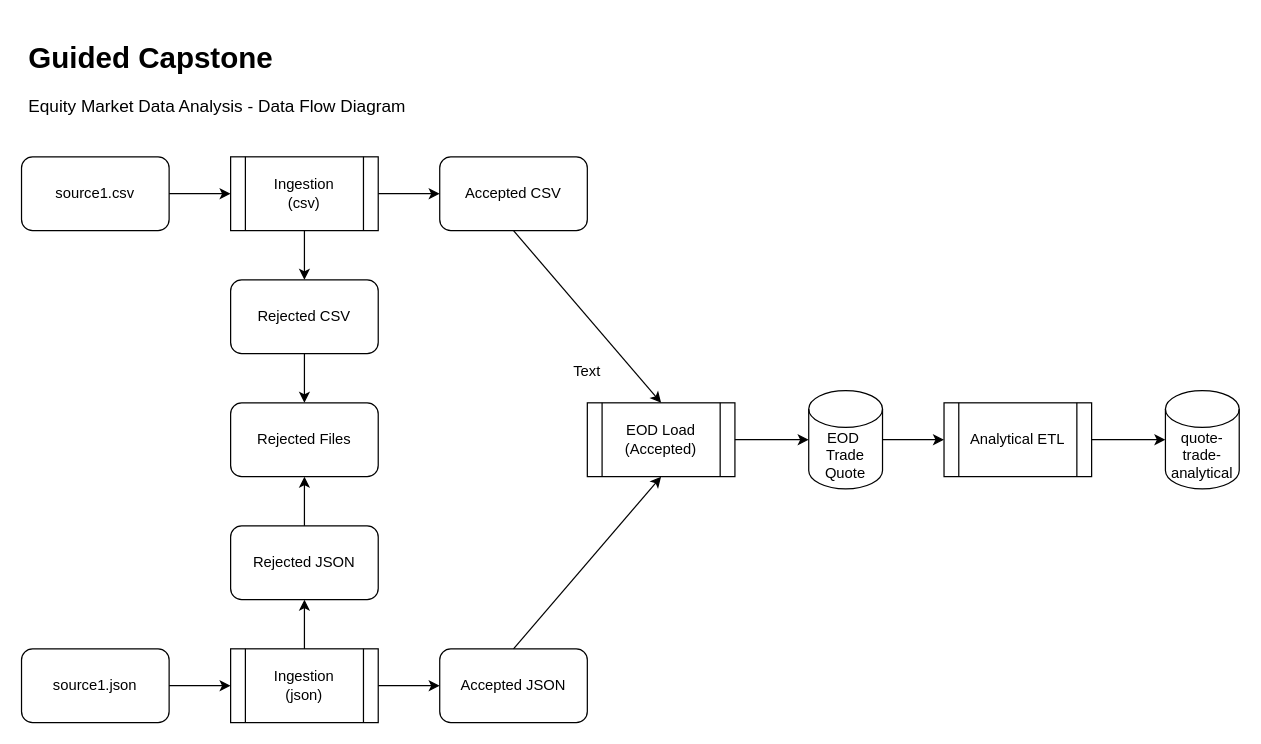
Above: Guided_Capstone/Step_1/GC_Step1.drawio in jgpunzalan/Springboard (draw.io), before the change. Source tidied: cells renumbered, new cells numbered last; positions are measured from the earlier drawing's top-left corner, leaving out a move shared by most shapes. Both pictures are drawn from the tidied source at 123%, with x=0, y=0 at pixel (21, 33).
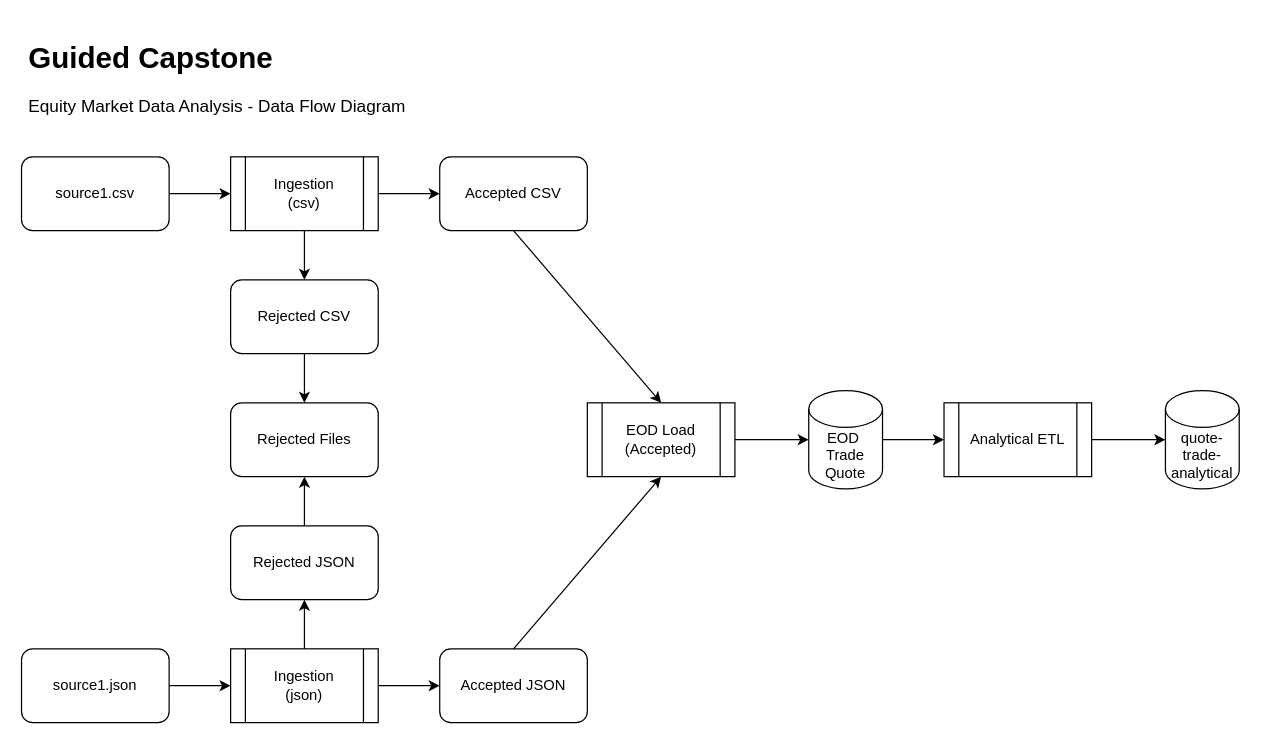
The same diagram, later.

Change to the diagram source:
```diff
@@
-    <mxCell id="28" value="Text" style="text;html=1;strokeColor=none;fillColor=none;align=center;verticalAlign=middle;whiteSpace=wrap;rounded=0;" parent="1" vertex="1">
-      <mxGeometry x="430" y="260" width="60" height="30" as="geometry" />
-    </mxCell>
```
